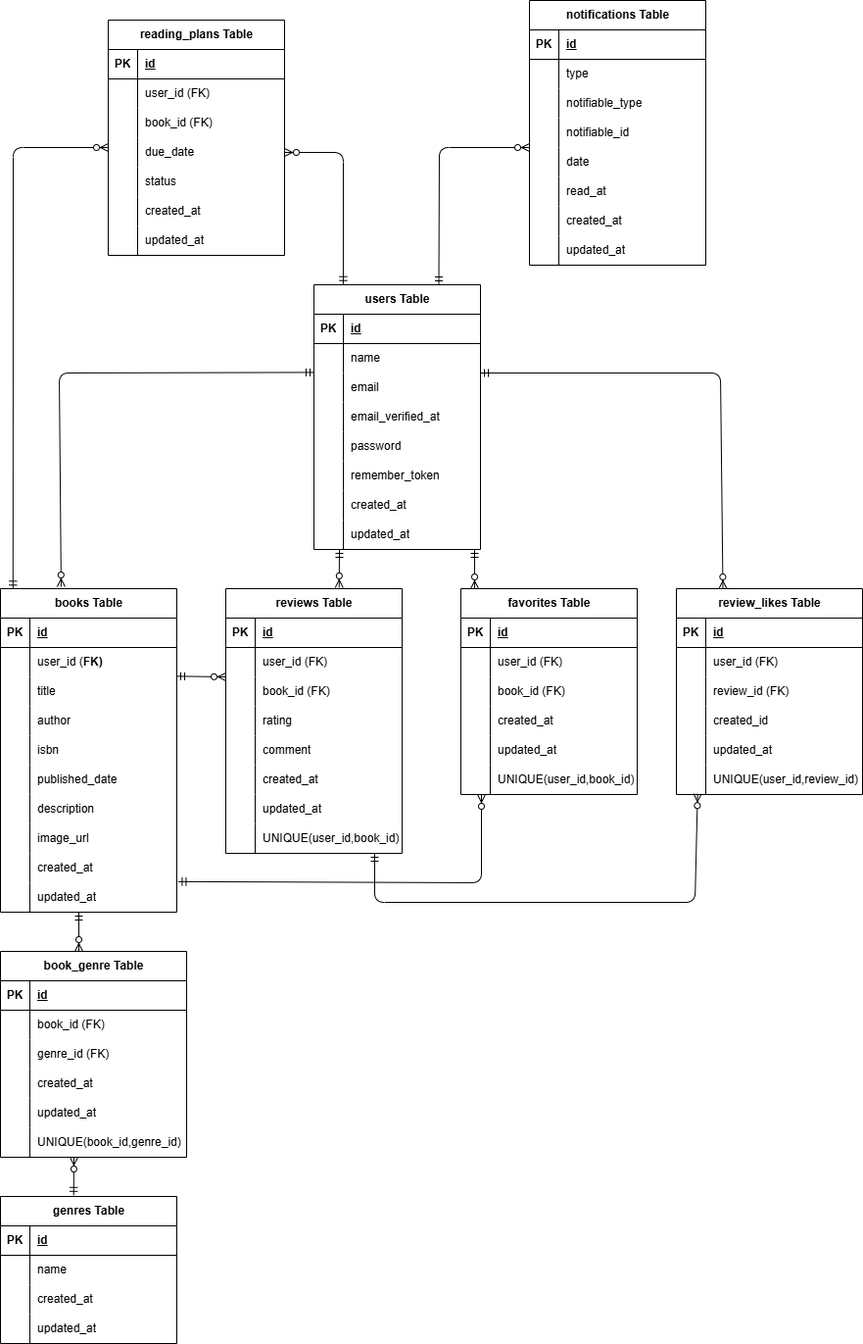
Above: er.drawio.png in wtpda30/bookshelf-app (draw.io), before the change. Source tidied: cells renumbered, new cells last; positions are measured from the earlier drawing's top-left corner, leaving out a move shared by most shapes.
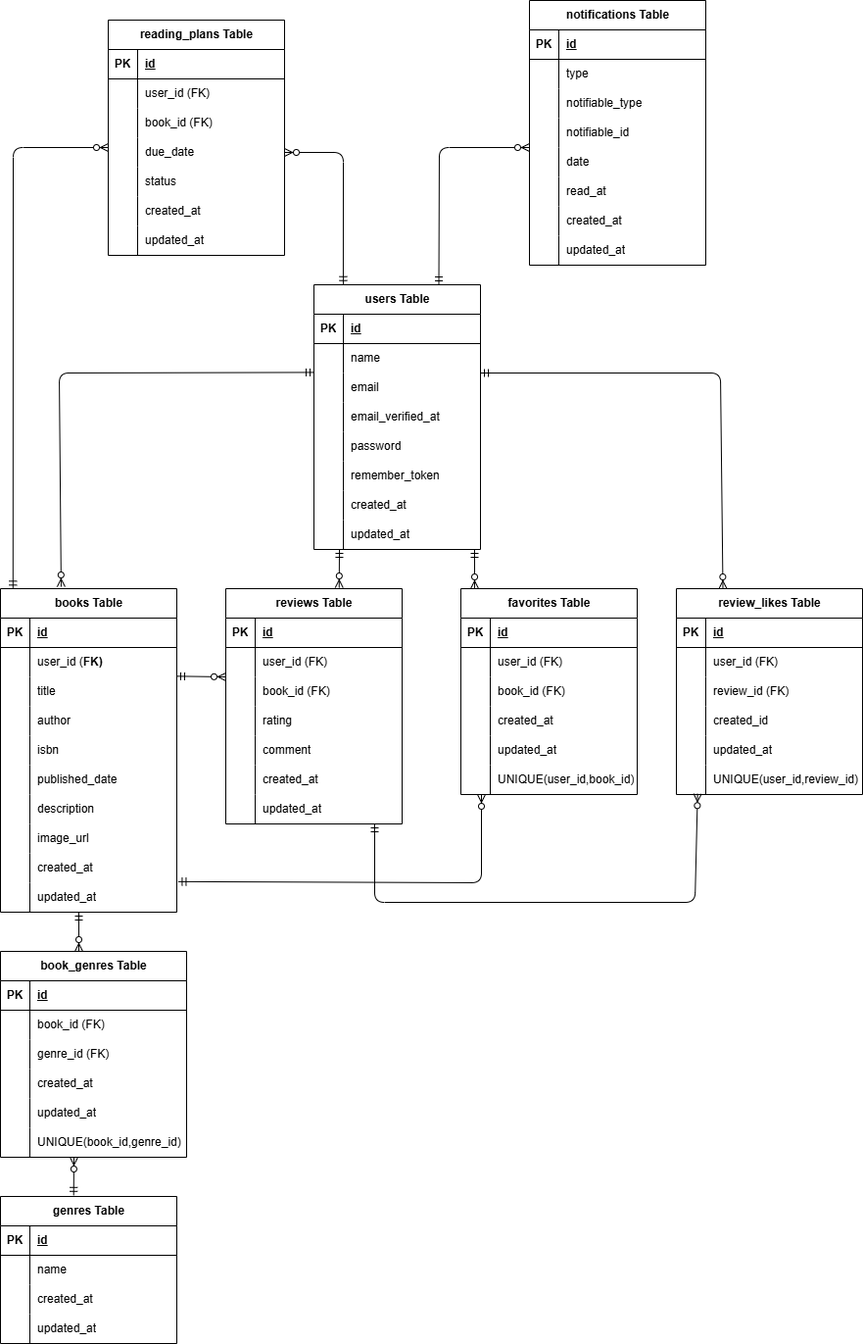
After the commit.

What changed in the source:
```diff
@@ -323,7 +323,7 @@
     <mxCell id="108" value="UNIQUE(user_id,review_id)" style="shape=partialRectangle;fillColor=none;top=0;left=0;bottom=0;right=0;align=left;spacingLeft=6;overflow=hidden;whiteSpace=wrap;html=1;" parent="106" vertex="1">
       <mxGeometry x="30" width="160" height="30" as="geometry" />
     </mxCell>
-    <mxCell id="109" value="book_genre Table" style="shape=table;startSize=30;rowLines=0;fontStyle=1;align=center;html=1;" parent="1" vertex="1">
+    <mxCell id="109" value="book_genres Table" style="shape=table;startSize=30;rowLines=0;fontStyle=1;align=center;html=1;" parent="1" vertex="1">
       <mxGeometry y="970" width="190" height="210" as="geometry" />
     </mxCell>
     <mxCell id="110" style="shape=tableRow;horizontal=0;startSize=0;swimlaneHead=0;swimlaneBody=0;fillColor=none;top=0;left=0;right=0;bottom=1;" parent="109" vertex="1">
@@ -381,7 +381,7 @@
       <mxGeometry x="30" width="160" height="30" as="geometry" />
     </mxCell>
     <mxCell id="128" value="reviews Table" style="shape=table;startSize=30;rowLines=0;fontStyle=1;align=center;html=1;" parent="1" vertex="1">
-      <mxGeometry x="230" y="600" width="180" height="270" as="geometry" />
+      <mxGeometry x="230" y="600" width="180" height="240" as="geometry" />
     </mxCell>
     <mxCell id="129" style="shape=tableRow;horizontal=0;startSize=0;swimlaneHead=0;swimlaneBody=0;fillColor=none;top=0;left=0;right=0;bottom=1;" parent="128" vertex="1">
       <mxGeometry y="30" width="180" height="30" as="geometry" />
@@ -446,15 +446,6 @@
     <mxCell id="149" value="updated_at" style="shape=partialRectangle;fillColor=none;top=0;left=0;bottom=0;right=0;align=left;spacingLeft=6;overflow=hidden;whiteSpace=wrap;html=1;" parent="147" vertex="1">
       <mxGeometry x="30" width="150" height="30" as="geometry" />
     </mxCell>
-    <mxCell id="150" style="shape=tableRow;horizontal=0;startSize=0;swimlaneHead=0;swimlaneBody=0;fillColor=none;top=0;left=0;right=0;bottom=0;" parent="128" vertex="1">
-      <mxGeometry y="240" width="180" height="30" as="geometry" />
-    </mxCell>
-    <mxCell id="151" style="shape=partialRectangle;fillColor=none;top=0;left=0;bottom=0;right=0;overflow=hidden;whiteSpace=wrap;html=1;" parent="150" vertex="1">
-      <mxGeometry width="30" height="30" as="geometry" />
-    </mxCell>
-    <mxCell id="152" value="UNIQUE(user_id,book_id)" style="shape=partialRectangle;fillColor=none;top=0;left=0;bottom=0;right=0;align=left;spacingLeft=6;overflow=hidden;whiteSpace=wrap;html=1;" parent="150" vertex="1">
-      <mxGeometry x="30" width="150" height="30" as="geometry" />
-    </mxCell>
     <mxCell id="153" value="reading_plans Table" style="shape=table;startSize=30;rowLines=0;fontStyle=1;align=center;html=1;" parent="1" vertex="1">
       <mxGeometry x="110" y="20" width="180" height="240" as="geometry" />
     </mxCell>
@@ -660,7 +651,7 @@
     </mxCell>
     <mxCell id="209" style="fontSize=12;html=1;endArrow=ERzeroToMany;startArrow=ERmandOne;entryX=0.114;entryY=0.976;entryDx=0;entryDy=0;entryPerimeter=0;" parent="1" edge="1" target="106">
       <mxGeometry relative="1" as="geometry">
-        <mxPoint x="382" y="870" as="sourcePoint" />
+        <mxPoint x="382" y="840" as="sourcePoint" />
         <Array as="points">
           <mxPoint x="382" y="920" />
           <mxPoint x="709" y="920" />
```
